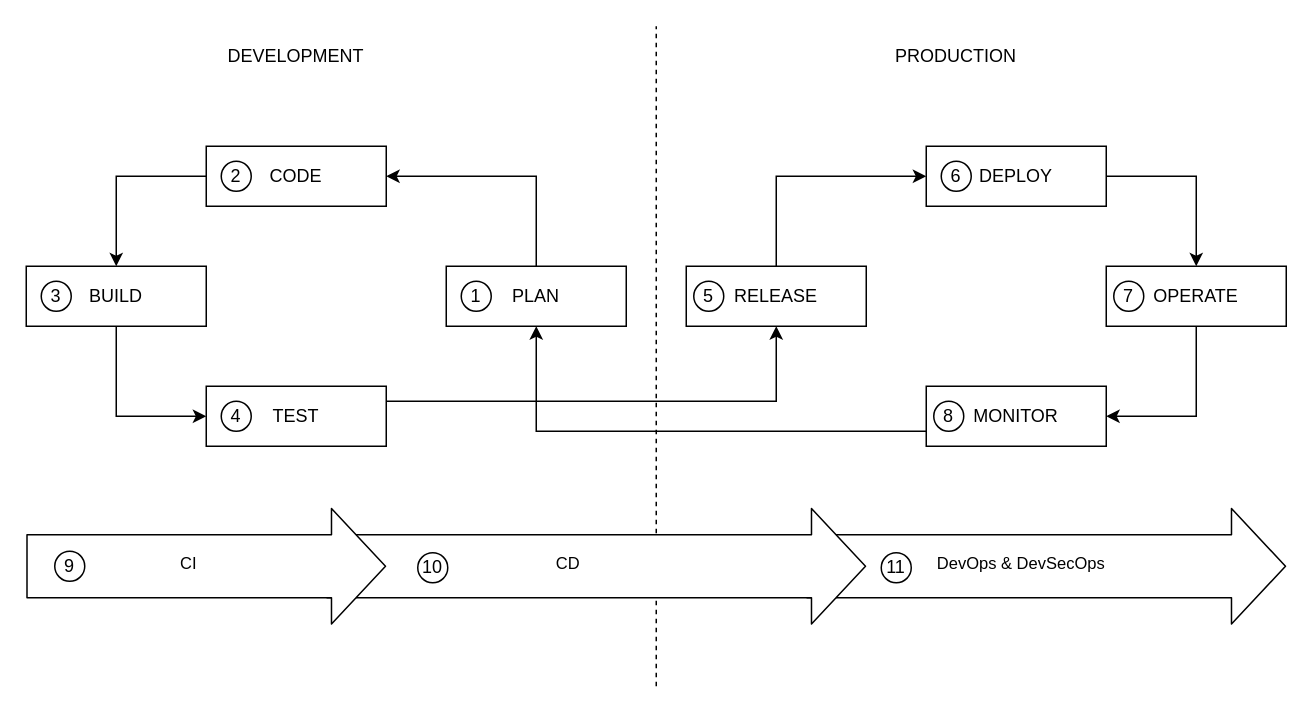
nicc777/learning-kubernetes-basics keeps this draw.io diagram as wiki-images/devsecops-cicd-security.drawio. Above is the earlier version. Source tidied: cells renumbered, new cells numbered last; positions are measured from the earlier drawing's top-left corner, leaving out a move shared by most shapes. Both pictures are drawn from the tidied source at 150%, with x=0, y=0 at pixel (26, 26).
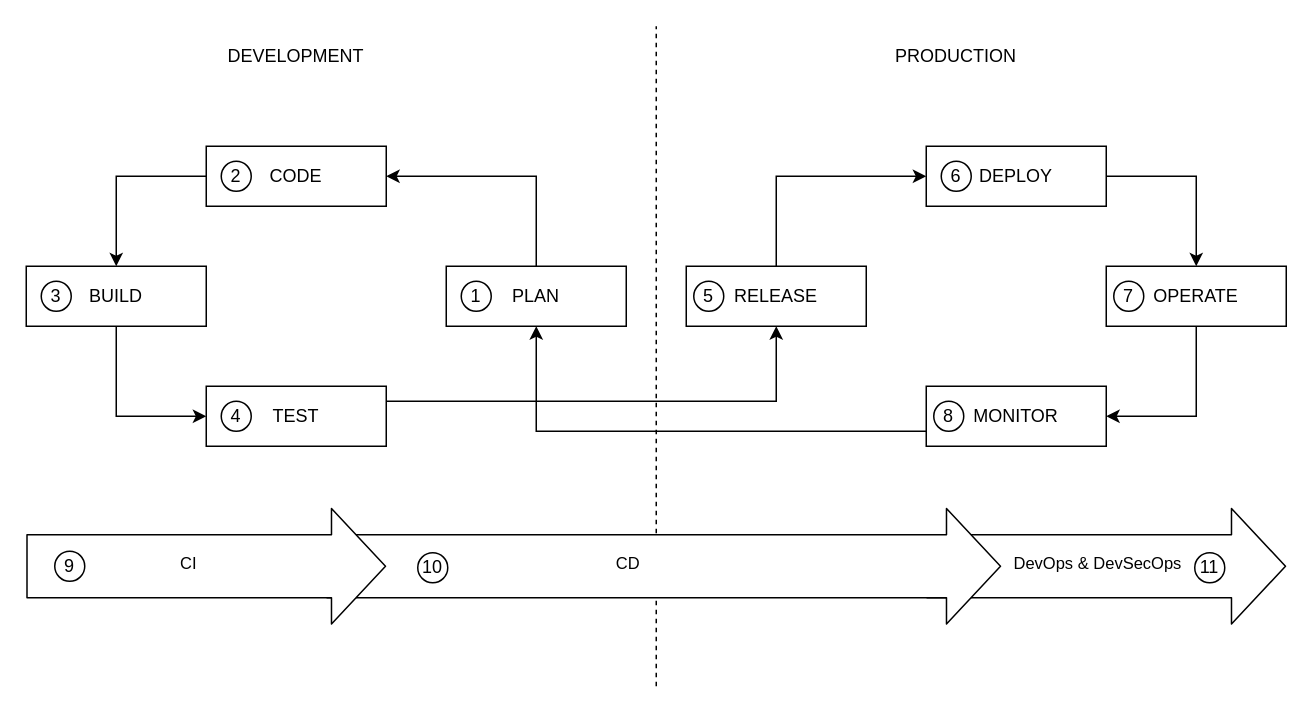
The same diagram, later.

The edit, as a diff of the source:
```diff
@@
     <mxCell id="2" style="shape=flexArrow;endArrow=classic;html=1;endWidth=34;endSize=11.67;width=42;fillColor=#ffffff;" parent="1" edge="1">
       <mxGeometry relative="1" as="geometry">
-        <mxPoint x="520" y="360" as="sourcePoint" />
+        <mxPoint x="600" y="360" as="sourcePoint" />
         <mxPoint x="840" y="360" as="targetPoint" />
       </mxGeometry>
     </mxCell>
-    <mxCell id="3" value="DevOps &amp;amp; DevSecOps" style="edgeLabel;html=1;align=center;verticalAlign=middle;" parent="2" vertex="1">
+    <mxCell id="3" value="&amp;nbsp; &amp;nbsp; DevOps &amp;amp; DevSecOps" style="edgeLabel;html=1;align=center;verticalAlign=middle;" parent="2" vertex="1">
       <mxGeometry x="-0.11" y="3" relative="1" as="geometry" />
     </mxCell>
@@
     <mxCell id="5" style="shape=flexArrow;endArrow=classic;html=1;endWidth=34;endSize=11.67;width=42;fillColor=#ffffff;" parent="1" edge="1">
       <mxGeometry relative="1" as="geometry">
         <mxPoint x="200" y="360" as="sourcePoint" />
-        <mxPoint x="560" y="360" as="targetPoint" />
+        <mxPoint x="650" y="360" as="targetPoint" />
       </mxGeometry>
     </mxCell>
@@
     <mxCell id="37" value="11" style="ellipse;whiteSpace=wrap;html=1;" parent="1" vertex="1">
-      <mxGeometry x="570" y="351" width="20" height="20" as="geometry" />
+      <mxGeometry x="779" y="351" width="20" height="20" as="geometry" />
     </mxCell>
```
